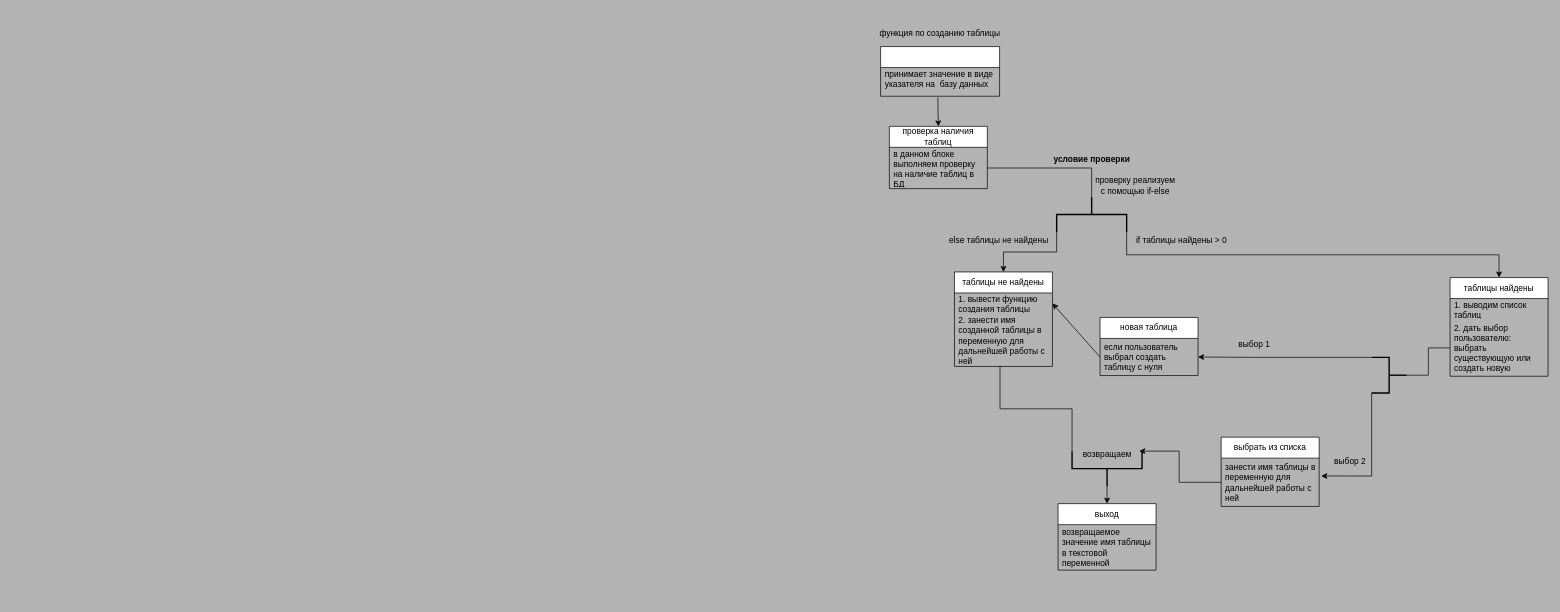
akrabatt/book_keeping keeps this draw.io diagram as vis_fun/fun_map.drawio. Above is the earlier version. Source tidied: cells renumbered, new cells numbered last; positions are measured from the earlier drawing's top-left corner, leaving out a move shared by most shapes. Both pictures are drawn from the tidied source at 70%, with x=0, y=0 at pixel (874, 23).
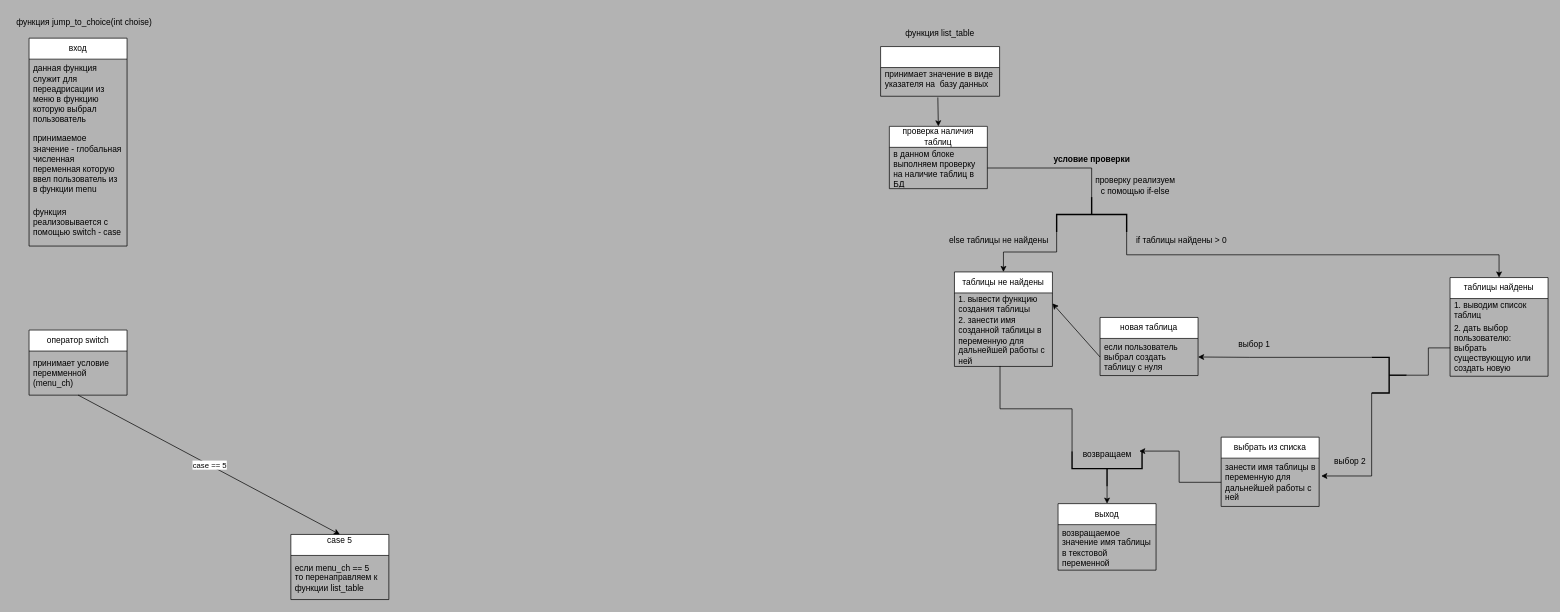
The same diagram, later.

Commit message (it also covers changes not shown here):
save point, start jump fun

What changed in the source:
```diff
@@
-    <mxCell id="4" value="функция по созданию таблицы" style="text;html=1;align=center;verticalAlign=middle;whiteSpace=wrap;rounded=0;fontColor=#000000;" parent="1" vertex="1">
+    <mxCell id="4" value="функция list_table" style="text;html=1;align=center;verticalAlign=middle;whiteSpace=wrap;rounded=0;fontColor=#000000;" parent="1" vertex="1">
       <mxGeometry width="189" height="30" as="geometry" />
     </mxCell>
@@
+    <mxCell id="41" value="вход" style="swimlane;fontStyle=0;horizontal=1;startSize=30;whiteSpace=wrap;html=1;strokeColor=#000000;" parent="1" vertex="1">
+      <mxGeometry x="-1207" y="21" width="140" height="297" as="geometry" />
+    </mxCell>
+    <mxCell id="42" value="данная функция служит для переадрисации из меню в функцию которую выбрал пользователь" style="text;align=left;verticalAlign=middle;spacingLeft=4;spacingRight=4;overflow=hidden;whiteSpace=wrap;html=1;fontColor=#000000;" parent="41" vertex="1">
+      <mxGeometry y="30" width="140" height="100" as="geometry" />
+    </mxCell>
+    <mxCell id="43" value="принимаемое значение - глобальная численная переменная которую ввел пользователь из в функции menu" style="text;align=left;verticalAlign=middle;spacingLeft=4;spacingRight=4;overflow=hidden;whiteSpace=wrap;html=1;fontColor=#000000;" parent="41" vertex="1">
+      <mxGeometry y="130" width="140" height="99" as="geometry" />
+    </mxCell>
+    <mxCell id="44" value="функция реализовывается с помощью switch - case" style="text;align=left;verticalAlign=middle;spacingLeft=4;spacingRight=4;overflow=hidden;whiteSpace=wrap;html=1;fontColor=#000000;" parent="41" vertex="1">
+      <mxGeometry y="229" width="140" height="68" as="geometry" />
+    </mxCell>
+    <mxCell id="45" value="функция jump_to_choice(int choise)" style="text;html=1;align=center;verticalAlign=middle;whiteSpace=wrap;rounded=0;fontColor=#000000;" parent="1" vertex="1">
+      <mxGeometry x="-1231.5" y="-16" width="205.5" height="30" as="geometry" />
+    </mxCell>
+    <mxCell id="46" value="оператор switch" style="swimlane;fontStyle=0;horizontal=1;startSize=30;whiteSpace=wrap;html=1;strokeColor=#000000;" parent="1" vertex="1">
+      <mxGeometry x="-1207" y="438" width="140" height="93" as="geometry" />
+    </mxCell>
+    <mxCell id="47" value="принимает условие перемменной (menu_ch)" style="text;align=left;verticalAlign=middle;spacingLeft=4;spacingRight=4;overflow=hidden;points=[[0,0.5],[1,0.5]];portConstraint=eastwest;whiteSpace=wrap;html=1;fontColor=#000000;" parent="46" vertex="1">
+      <mxGeometry y="30" width="140" height="63" as="geometry" />
+    </mxCell>
+    <mxCell id="48" value="case 5&lt;div&gt;&lt;br&gt;&lt;/div&gt;" style="swimlane;fontStyle=0;horizontal=1;startSize=30;whiteSpace=wrap;html=1;strokeColor=#000000;" parent="1" vertex="1">
+      <mxGeometry x="-833" y="730" width="140" height="93" as="geometry" />
+    </mxCell>
+    <mxCell id="49" value="если menu_ch == 5&lt;div&gt;то перенаправляем к функции list_table&lt;/div&gt;" style="text;align=left;verticalAlign=middle;spacingLeft=4;spacingRight=4;overflow=hidden;whiteSpace=wrap;html=1;fontColor=#000000;" parent="48" vertex="1">
+      <mxGeometry y="30" width="140" height="63" as="geometry" />
+    </mxCell>
+    <mxCell id="50" style="endArrow=classic;html=1;rounded=0;exitX=0.5;exitY=0.998;exitDx=0;exitDy=0;exitPerimeter=0;entryX=0.5;entryY=0;entryDx=0;entryDy=0;strokeColor=#000000;" parent="1" edge="1" source="47" target="48">
+      <mxGeometry relative="1" as="geometry" />
+    </mxCell>
+    <mxCell id="51" value="case == 5" style="edgeLabel;html=1;align=center;verticalAlign=middle;" parent="50" vertex="1">
+      <mxGeometry relative="1" as="geometry" />
+    </mxCell>
```
